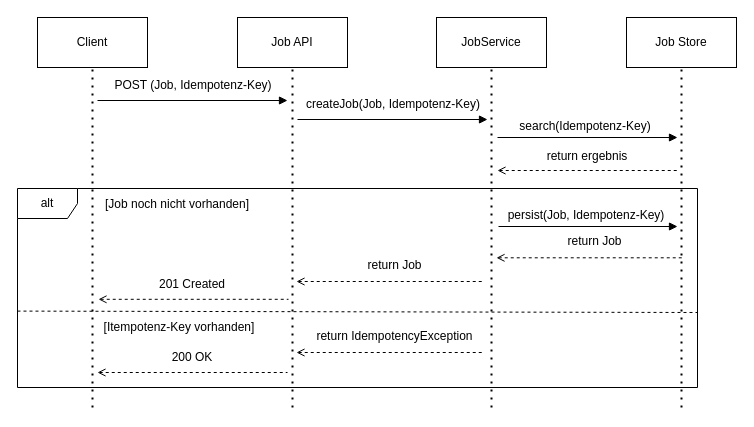
Above: Paper/drawio/jobannahmeSequenzdiagramm.drawio in murfei/FaultTolerantJobProcessing (draw.io), before the change. Source tidied: cells renumbered, new cells numbered last; positions are measured from the earlier drawing's top-left corner, leaving out a move shared by most shapes. Both pictures are drawn from the tidied source at 100%, with x=0, y=0 at pixel (17, 17).
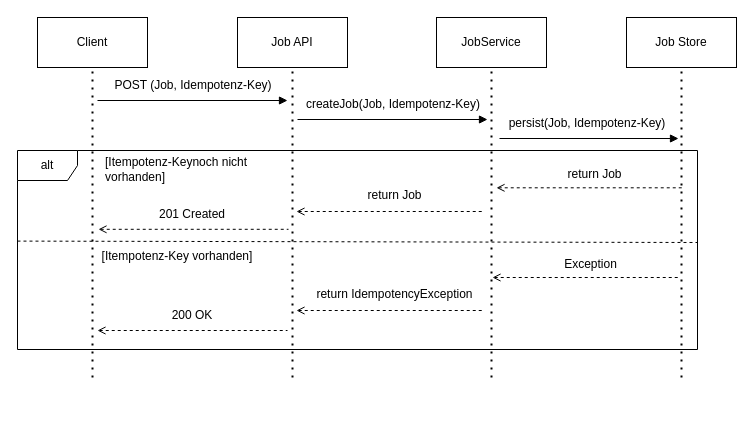
After the change.

Commit message (it also covers changes not shown here):
Anpassung Sicherstellung Idempotente Jobannahme durch DB Constraint

The change refers to these unchanged cells:
```xml
<mxCell id="2" value="Client" style="html=1;whiteSpace=wrap;" parent="1" vertex="1">
  <mxGeometry x="20" width="110" height="50" as="geometry" />
</mxCell>
<mxCell id="4" value="Job API" style="html=1;whiteSpace=wrap;" parent="1" vertex="1">
  <mxGeometry x="220" width="110" height="50" as="geometry" />
</mxCell>
<mxCell id="6" value="JobService" style="html=1;whiteSpace=wrap;" parent="1" vertex="1">
  <mxGeometry x="419" width="110" height="50" as="geometry" />
</mxCell>
<mxCell id="25" value="Job Store" style="html=1;whiteSpace=wrap;" parent="1" vertex="1">
  <mxGeometry x="609" width="110" height="50" as="geometry" />
</mxCell>
```

The edit, as a diff of the source:
```diff
@@
     <mxCell id="3" style="endArrow=none;dashed=1;html=1;dashPattern=1 3;strokeWidth=2;rounded=0;entryX=0.5;entryY=1;entryDx=0;entryDy=0;" parent="1" edge="1" target="2">
       <mxGeometry relative="1" as="geometry">
-        <mxPoint x="75" y="390" as="sourcePoint" />
+        <mxPoint x="75" y="360" as="sourcePoint" />
       </mxGeometry>
     </mxCell>
@@
     <mxCell id="5" style="endArrow=none;dashed=1;html=1;dashPattern=1 3;strokeWidth=2;rounded=0;entryX=0.5;entryY=1;entryDx=0;entryDy=0;" parent="1" edge="1" target="4">
       <mxGeometry relative="1" as="geometry">
-        <mxPoint x="275" y="390" as="sourcePoint" />
+        <mxPoint x="275" y="360" as="sourcePoint" />
       </mxGeometry>
     </mxCell>
@@
     <mxCell id="7" style="endArrow=none;dashed=1;html=1;dashPattern=1 3;strokeWidth=2;rounded=0;entryX=0.5;entryY=1;entryDx=0;entryDy=0;" parent="1" edge="1" target="6">
       <mxGeometry relative="1" as="geometry">
-        <mxPoint x="474" y="390" as="sourcePoint" />
+        <mxPoint x="474" y="360" as="sourcePoint" />
       </mxGeometry>
     </mxCell>
@@
     <mxCell id="10" style="endArrow=none;html=1;rounded=0;endFill=0;dashed=1;startArrow=open;startFill=0;" parent="1" edge="1">
       <mxGeometry relative="1" as="geometry">
-        <mxPoint x="279" y="335" as="sourcePoint" />
-        <mxPoint x="465" y="335" as="targetPoint" />
+        <mxPoint x="279" y="293" as="sourcePoint" />
+        <mxPoint x="465" y="293" as="targetPoint" />
       </mxGeometry>
     </mxCell>
     <mxCell id="11" style="endArrow=none;html=1;rounded=0;endFill=0;dashed=1;startArrow=open;startFill=0;" parent="1" edge="1">
       <mxGeometry relative="1" as="geometry">
-        <mxPoint x="81" y="281.8" as="sourcePoint" />
-        <mxPoint x="271" y="281.8" as="targetPoint" />
+        <mxPoint x="81" y="211.8" as="sourcePoint" />
+        <mxPoint x="271" y="211.8" as="targetPoint" />
       </mxGeometry>
     </mxCell>
     <mxCell id="12" value="200 OK" style="text;html=1;whiteSpace=wrap;strokeColor=none;fillColor=none;align=center;verticalAlign=middle;rounded=0;" parent="1" vertex="1">
-      <mxGeometry x="130" y="325" width="90" height="30" as="geometry" />
+      <mxGeometry x="130" y="283" width="90" height="30" as="geometry" />
     </mxCell>
-    <mxCell id="13" value="search(Idempotenz-Key)" style="text;html=1;whiteSpace=wrap;strokeColor=none;fillColor=none;align=center;verticalAlign=middle;rounded=0;" parent="1" vertex="1">
-      <mxGeometry x="476" y="94" width="184" height="30" as="geometry" />
-    </mxCell>
-    <mxCell id="14" style="endArrow=none;html=1;rounded=0;endFill=0;dashed=1;startArrow=open;startFill=0;" parent="1" edge="1">
-      <mxGeometry relative="1" as="geometry">
-        <mxPoint x="480" y="153" as="sourcePoint" />
-        <mxPoint x="660" y="153" as="targetPoint" />
-      </mxGeometry>
-    </mxCell>
     <mxCell id="15" value="alt" style="shape=umlFrame;whiteSpace=wrap;html=1;" parent="1" vertex="1">
-      <mxGeometry y="171" width="680" height="199" as="geometry" />
+      <mxGeometry y="133" width="680" height="199" as="geometry" />
     </mxCell>
     <mxCell id="16" style="endArrow=none;dashed=1;html=1;rounded=0;strokeWidth=1;exitX=0;exitY=0.658;exitDx=0;exitDy=0;exitPerimeter=0;" parent="1" edge="1">
       <mxGeometry relative="1" as="geometry">
-        <mxPoint y="293.6" as="sourcePoint" />
-        <mxPoint x="680" y="295" as="targetPoint" />
+        <mxPoint y="223.6" as="sourcePoint" />
+        <mxPoint x="680" y="225" as="targetPoint" />
       </mxGeometry>
     </mxCell>
     <mxCell id="17" value="[Itempotenz-Key vorhanden]" style="text;html=1;whiteSpace=wrap;strokeColor=none;fillColor=none;align=center;verticalAlign=middle;rounded=0;" parent="1" vertex="1">
-      <mxGeometry x="82" y="295" width="160" height="30" as="geometry" />
+      <mxGeometry x="80" y="224" width="160" height="30" as="geometry" />
     </mxCell>
-    <mxCell id="18" value="[Job noch nicht vorhanden]" style="text;html=1;whiteSpace=wrap;strokeColor=none;fillColor=none;align=center;verticalAlign=middle;rounded=0;" parent="1" vertex="1">
-      <mxGeometry x="60" y="172" width="200" height="30" as="geometry" />
+    <mxCell id="18" value="&lt;div align=&quot;left&quot;&gt;[Itempotenz-Keynoch nicht vorhanden]&lt;/div&gt;" style="text;html=1;whiteSpace=wrap;strokeColor=none;fillColor=none;align=left;verticalAlign=middle;rounded=0;" parent="1" vertex="1">
+      <mxGeometry x="86" y="137" width="200" height="30" as="geometry" />
     </mxCell>
     <mxCell id="19" style="endArrow=none;html=1;rounded=0;endFill=0;dashed=1;startArrow=open;startFill=0;" parent="1" edge="1">
       <mxGeometry relative="1" as="geometry">
-        <mxPoint x="80" y="355" as="sourcePoint" />
-        <mxPoint x="270" y="355" as="targetPoint" />
+        <mxPoint x="80" y="313" as="sourcePoint" />
+        <mxPoint x="270" y="313" as="targetPoint" />
       </mxGeometry>
     </mxCell>
     <mxCell id="20" value="201 Created" style="text;html=1;whiteSpace=wrap;strokeColor=none;fillColor=none;align=center;verticalAlign=middle;rounded=0;" parent="1" vertex="1">
-      <mxGeometry x="130" y="252" width="90" height="30" as="geometry" />
+      <mxGeometry x="130" y="182" width="90" height="30" as="geometry" />
     </mxCell>
     <mxCell id="21" style="endArrow=block;html=1;rounded=0;endFill=1;" parent="1" edge="1">
       <mxGeometry relative="1" as="geometry">
-        <mxPoint x="481" y="209" as="sourcePoint" />
-        <mxPoint x="660" y="209" as="targetPoint" />
+        <mxPoint x="482" y="121" as="sourcePoint" />
+        <mxPoint x="661" y="121" as="targetPoint" />
       </mxGeometry>
     </mxCell>
     <mxCell id="22" value="persist(Job, Idempotenz-Key)" style="text;html=1;whiteSpace=wrap;strokeColor=none;fillColor=none;align=center;verticalAlign=middle;rounded=0;" parent="1" vertex="1">
-      <mxGeometry x="479" y="183" width="180" height="30" as="geometry" />
+      <mxGeometry x="480" y="91" width="180" height="30" as="geometry" />
     </mxCell>
-    <mxCell id="23" style="endArrow=block;html=1;rounded=0;endFill=1;" parent="1" edge="1">
-      <mxGeometry relative="1" as="geometry">
-        <mxPoint x="480" y="120" as="sourcePoint" />
-        <mxPoint x="660" y="120" as="targetPoint" />
-      </mxGeometry>
-    </mxCell>
-    <mxCell id="24" value="return ergebnis" style="text;html=1;whiteSpace=wrap;strokeColor=none;fillColor=none;align=center;verticalAlign=middle;rounded=0;" parent="1" vertex="1">
-      <mxGeometry x="490" y="124" width="160" height="30" as="geometry" />
-    </mxCell>
@@
     <mxCell id="26" style="endArrow=none;dashed=1;html=1;dashPattern=1 3;strokeWidth=2;rounded=0;entryX=0.5;entryY=1;entryDx=0;entryDy=0;" parent="1" edge="1" target="25">
       <mxGeometry relative="1" as="geometry">
-        <mxPoint x="664" y="390" as="sourcePoint" />
+        <mxPoint x="664" y="360" as="sourcePoint" />
       </mxGeometry>
     </mxCell>
@@
     <mxCell id="29" value="return IdempotencyException" style="text;html=1;whiteSpace=wrap;strokeColor=none;fillColor=none;align=center;verticalAlign=middle;rounded=0;" parent="1" vertex="1">
-      <mxGeometry x="280" y="304" width="195" height="30" as="geometry" />
+      <mxGeometry x="280" y="262" width="195" height="30" as="geometry" />
     </mxCell>
     <mxCell id="30" style="endArrow=none;html=1;rounded=0;endFill=0;dashed=1;startArrow=open;startFill=0;" parent="1" edge="1">
       <mxGeometry relative="1" as="geometry">
-        <mxPoint x="279" y="264" as="sourcePoint" />
-        <mxPoint x="465" y="264" as="targetPoint" />
+        <mxPoint x="279" y="194" as="sourcePoint" />
+        <mxPoint x="465" y="194" as="targetPoint" />
       </mxGeometry>
     </mxCell>
     <mxCell id="31" value="return Job" style="text;html=1;whiteSpace=wrap;strokeColor=none;fillColor=none;align=center;verticalAlign=middle;rounded=0;" parent="1" vertex="1">
-      <mxGeometry x="280" y="233" width="195" height="30" as="geometry" />
+      <mxGeometry x="280" y="163" width="195" height="30" as="geometry" />
     </mxCell>
     <mxCell id="32" style="endArrow=none;html=1;rounded=0;endFill=0;dashed=1;startArrow=open;startFill=0;" parent="1" edge="1">
       <mxGeometry relative="1" as="geometry">
-        <mxPoint x="479" y="240.3" as="sourcePoint" />
-        <mxPoint x="665" y="240.3" as="targetPoint" />
+        <mxPoint x="479" y="170.3" as="sourcePoint" />
+        <mxPoint x="665" y="170.3" as="targetPoint" />
       </mxGeometry>
     </mxCell>
     <mxCell id="33" value="return Job" style="text;html=1;whiteSpace=wrap;strokeColor=none;fillColor=none;align=center;verticalAlign=middle;rounded=0;" parent="1" vertex="1">
-      <mxGeometry x="480" y="209.3" width="195" height="30" as="geometry" />
+      <mxGeometry x="480" y="142.3" width="195" height="30" as="geometry" />
     </mxCell>
+    <mxCell id="34" style="endArrow=none;html=1;rounded=0;endFill=0;dashed=1;startArrow=open;startFill=0;" parent="1" edge="1">
+      <mxGeometry relative="1" as="geometry">
+        <mxPoint x="475" y="260" as="sourcePoint" />
+        <mxPoint x="661" y="260" as="targetPoint" />
+      </mxGeometry>
+    </mxCell>
+    <mxCell id="35" value="Exception" style="text;html=1;whiteSpace=wrap;strokeColor=none;fillColor=none;align=center;verticalAlign=middle;rounded=0;" parent="1" vertex="1">
+      <mxGeometry x="476" y="232" width="195" height="30" as="geometry" />
+    </mxCell>
```
